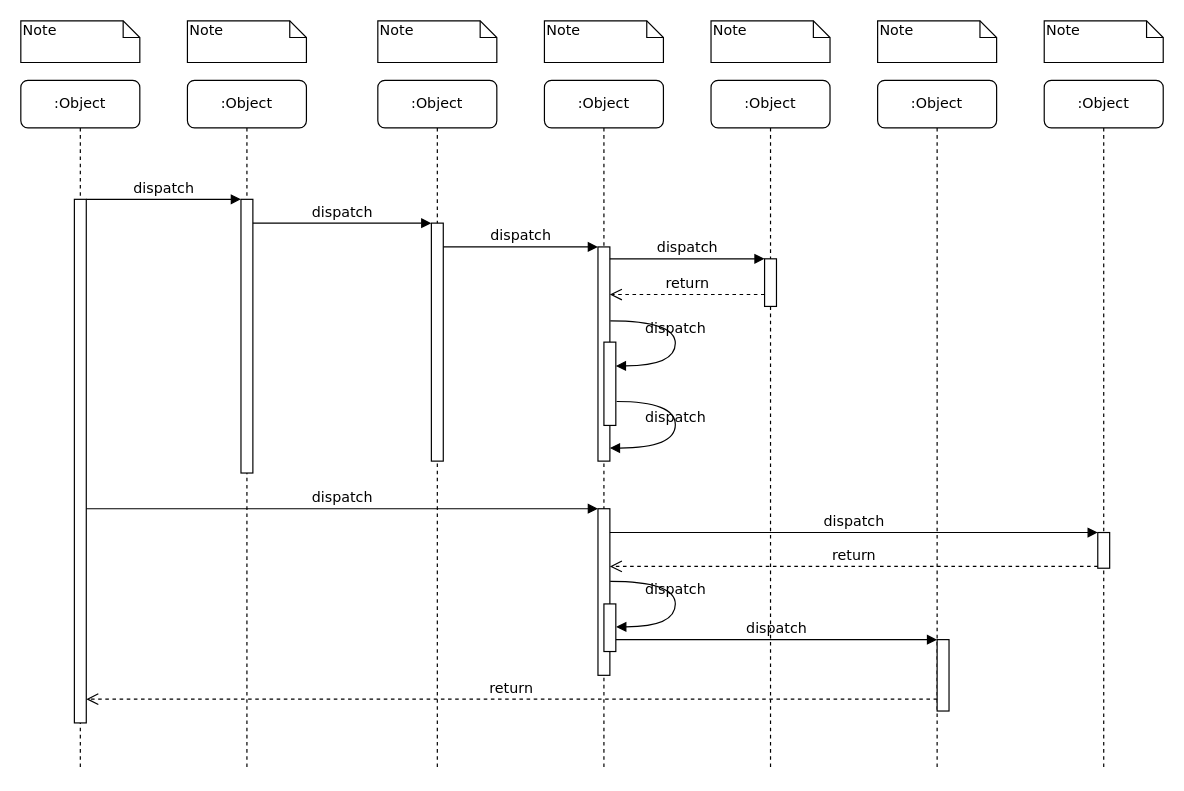
Earlier version of the draw.io diagram IOTManage/sequense-example.drawio (waterwatermelon/graph). Source tidied: cells renumbered, new cells numbered last; positions are measured from the earlier drawing's top-left corner, leaving out a move shared by most shapes. Both pictures are drawn from the tidied source at 119%, with x=0, y=0 at pixel (20, 20).
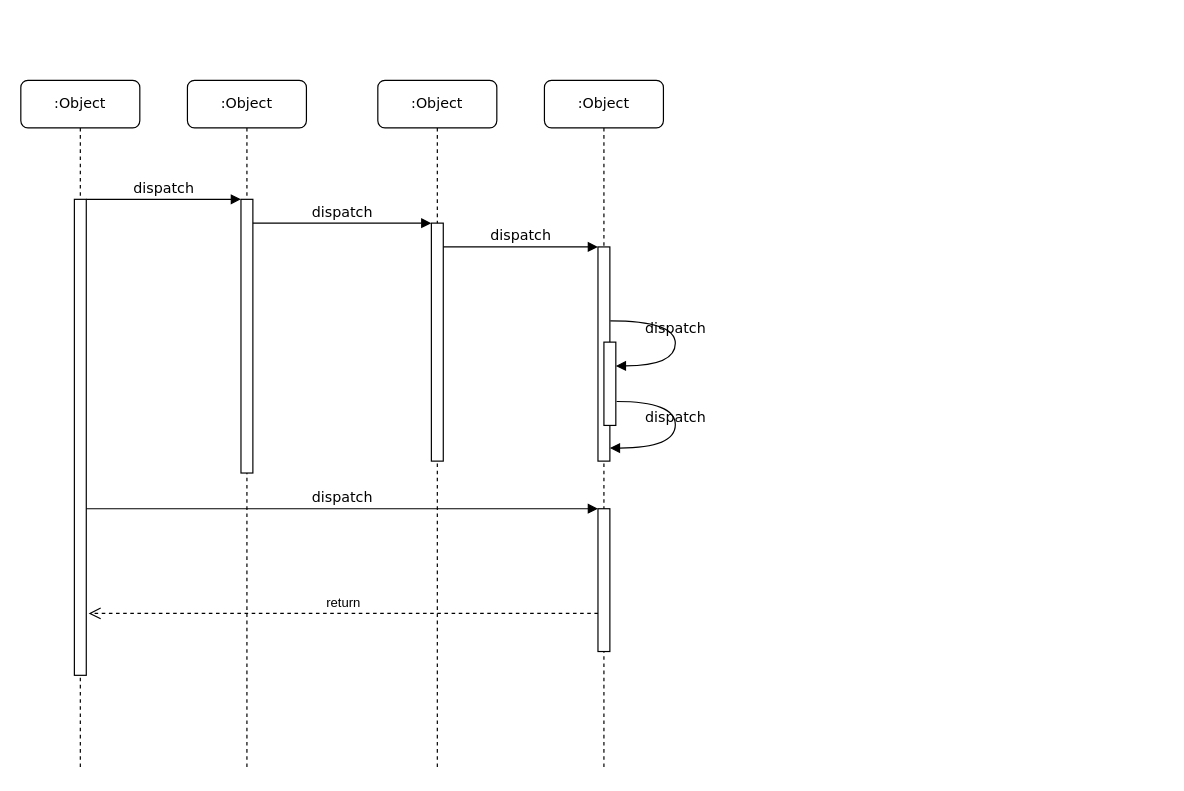
Above is the later version.

Unchanged cells that the change refers to:
```xml
<mxCell id="10" value=":Object" style="shape=umlLifeline;perimeter=lifelinePerimeter;whiteSpace=wrap;html=1;rounded=1;shadow=0;comic=0;labelBackgroundColor=none;strokeColor=#000000;strokeWidth=1;fillColor=#FFFFFF;fontFamily=Verdana;fontSize=12;fontColor=#000000;align=center;" parent="1" vertex="1">
  <mxGeometry y="50" width="100" height="580" as="geometry" />
</mxCell>
<mxCell id="12" style="html=1;points=[];perimeter=orthogonalPerimeter;rounded=0;shadow=0;comic=0;labelBackgroundColor=none;strokeColor=#000000;strokeWidth=1;fillColor=#FFFFFF;fontFamily=Verdana;fontSize=12;fontColor=#000000;align=center;" parent="1" vertex="1">
  <mxGeometry x="485" y="190" width="10" height="180" as="geometry" />
</mxCell>
```

What changed in the source:
```diff
@@
-    <mxCell id="7" value=":Object" style="shape=umlLifeline;perimeter=lifelinePerimeter;whiteSpace=wrap;html=1;rounded=1;shadow=0;comic=0;labelBackgroundColor=none;strokeColor=#000000;strokeWidth=1;fillColor=#FFFFFF;fontFamily=Verdana;fontSize=12;fontColor=#000000;align=center;" parent="1" vertex="1">
-      <mxGeometry x="580" y="50" width="100" height="580" as="geometry" />
-    </mxCell>
-    <mxCell id="8" value=":Object" style="shape=umlLifeline;perimeter=lifelinePerimeter;whiteSpace=wrap;html=1;rounded=1;shadow=0;comic=0;labelBackgroundColor=none;strokeColor=#000000;strokeWidth=1;fillColor=#FFFFFF;fontFamily=Verdana;fontSize=12;fontColor=#000000;align=center;" parent="1" vertex="1">
-      <mxGeometry x="720" y="50" width="100" height="580" as="geometry" />
-    </mxCell>
-    <mxCell id="9" value=":Object" style="shape=umlLifeline;perimeter=lifelinePerimeter;whiteSpace=wrap;html=1;rounded=1;shadow=0;comic=0;labelBackgroundColor=none;strokeColor=#000000;strokeWidth=1;fillColor=#FFFFFF;fontFamily=Verdana;fontSize=12;fontColor=#000000;align=center;" parent="1" vertex="1">
-      <mxGeometry x="860" y="50" width="100" height="580" as="geometry" />
-    </mxCell>
@@
     <mxCell id="11" style="html=1;points=[];perimeter=orthogonalPerimeter;rounded=0;shadow=0;comic=0;labelBackgroundColor=none;strokeColor=#000000;strokeWidth=1;fillColor=#FFFFFF;fontFamily=Verdana;fontSize=12;fontColor=#000000;align=center;" parent="10" vertex="1">
-      <mxGeometry x="45" y="100" width="10" height="440" as="geometry" />
+      <mxGeometry x="45" y="100" width="10" height="400" as="geometry" />
     </mxCell>
@@
-    <mxCell id="14" style="html=1;points=[];perimeter=orthogonalPerimeter;rounded=0;shadow=0;comic=0;labelBackgroundColor=none;strokeColor=#000000;strokeWidth=1;fillColor=#FFFFFF;fontFamily=Verdana;fontSize=12;fontColor=#000000;align=center;" parent="1" vertex="1">
-      <mxGeometry x="625" y="200" width="10" height="40" as="geometry" />
-    </mxCell>
-    <mxCell id="15" value="dispatch" style="html=1;verticalAlign=bottom;endArrow=block;entryX=0;entryY=0;labelBackgroundColor=none;fontFamily=Verdana;fontSize=12;edgeStyle=elbowEdgeStyle;elbow=vertical;" parent="1" edge="1" source="12" target="14">
-      <mxGeometry relative="1" as="geometry" />
-    </mxCell>
-    <mxCell id="16" value="return" style="html=1;verticalAlign=bottom;endArrow=open;dashed=1;endSize=8;labelBackgroundColor=none;fontFamily=Verdana;fontSize=12;edgeStyle=elbowEdgeStyle;elbow=vertical;" parent="1" edge="1" source="14" target="12">
-      <mxGeometry relative="1" as="geometry">
-        <Array as="points">
-          <mxPoint x="570" y="230" />
-          <mxPoint x="600" y="230" />
-        </Array>
-      </mxGeometry>
-    </mxCell>
     <mxCell id="17" style="html=1;points=[];perimeter=orthogonalPerimeter;rounded=0;shadow=0;comic=0;labelBackgroundColor=none;strokeColor=#000000;strokeWidth=1;fillColor=#FFFFFF;fontFamily=Verdana;fontSize=12;fontColor=#000000;align=center;" parent="1" vertex="1">
-      <mxGeometry x="485" y="410" width="10" height="140" as="geometry" />
+      <mxGeometry x="485" y="410" width="10" height="120" as="geometry" />
     </mxCell>
@@
-    <mxCell id="19" style="html=1;points=[];perimeter=orthogonalPerimeter;rounded=0;shadow=0;comic=0;labelBackgroundColor=none;strokeColor=#000000;strokeWidth=1;fillColor=#FFFFFF;fontFamily=Verdana;fontSize=12;fontColor=#000000;align=center;" parent="1" vertex="1">
-      <mxGeometry x="905" y="430" width="10" height="30" as="geometry" />
-    </mxCell>
-    <mxCell id="20" value="dispatch" style="html=1;verticalAlign=bottom;endArrow=block;entryX=0;entryY=0;labelBackgroundColor=none;fontFamily=Verdana;fontSize=12;" parent="1" edge="1" source="17" target="19">
-      <mxGeometry relative="1" as="geometry" />
-    </mxCell>
-    <mxCell id="21" value="return" style="html=1;verticalAlign=bottom;endArrow=open;dashed=1;endSize=8;exitX=0;exitY=0.95;labelBackgroundColor=none;fontFamily=Verdana;fontSize=12;" parent="1" edge="1" source="19" target="17">
-      <mxGeometry relative="1" as="geometry" />
-    </mxCell>
-    <mxCell id="22" style="html=1;points=[];perimeter=orthogonalPerimeter;rounded=0;shadow=0;comic=0;labelBackgroundColor=none;strokeColor=#000000;strokeWidth=1;fillColor=#FFFFFF;fontFamily=Verdana;fontSize=12;fontColor=#000000;align=center;" parent="1" vertex="1">
-      <mxGeometry x="770" y="520" width="10" height="60" as="geometry" />
-    </mxCell>
-    <mxCell id="23" value="dispatch" style="html=1;verticalAlign=bottom;endArrow=block;entryX=0;entryY=0;labelBackgroundColor=none;fontFamily=Verdana;fontSize=12;edgeStyle=elbowEdgeStyle;elbow=vertical;" parent="1" edge="1" source="30" target="22">
-      <mxGeometry relative="1" as="geometry" />
-    </mxCell>
-    <mxCell id="24" value="return" style="html=1;verticalAlign=bottom;endArrow=open;dashed=1;endSize=8;labelBackgroundColor=none;fontFamily=Verdana;fontSize=12;edgeStyle=elbowEdgeStyle;elbow=vertical;" parent="1" edge="1" source="22" target="11">
-      <mxGeometry relative="1" as="geometry">
-        <Array as="points">
-          <mxPoint x="470" y="570" />
-        </Array>
-      </mxGeometry>
-    </mxCell>
@@
-    <mxCell id="30" style="html=1;points=[];perimeter=orthogonalPerimeter;rounded=0;shadow=0;comic=0;labelBackgroundColor=none;strokeColor=#000000;strokeWidth=1;fillColor=#FFFFFF;fontFamily=Verdana;fontSize=12;fontColor=#000000;align=center;" parent="1" vertex="1">
-      <mxGeometry x="490" y="490" width="10" height="40" as="geometry" />
-    </mxCell>
-    <mxCell id="31" value="dispatch" style="html=1;verticalAlign=bottom;endArrow=block;labelBackgroundColor=none;fontFamily=Verdana;fontSize=12;elbow=vertical;edgeStyle=orthogonalEdgeStyle;curved=1;entryX=1;entryY=0.286;entryPerimeter=0;exitX=1.038;exitY=0.345;exitPerimeter=0;" parent="1" edge="1">
-      <mxGeometry relative="1" as="geometry">
-        <mxPoint x="495.3" y="471" as="sourcePoint" />
-        <mxPoint x="500.3" y="509.3" as="targetPoint" />
-        <Array as="points">
-          <mxPoint x="550" y="471" />
-          <mxPoint x="550" y="509" />
-        </Array>
-      </mxGeometry>
-    </mxCell>
-    <mxCell id="32" value="Note" style="shape=note;whiteSpace=wrap;html=1;size=14;verticalAlign=top;align=left;spacingTop=-6;rounded=0;shadow=0;comic=0;labelBackgroundColor=none;strokeColor=#000000;strokeWidth=1;fillColor=#FFFFFF;fontFamily=Verdana;fontSize=12;fontColor=#000000;" parent="1" vertex="1">
-      <mxGeometry width="100" height="35" as="geometry" />
-    </mxCell>
-    <mxCell id="33" value="Note" style="shape=note;whiteSpace=wrap;html=1;size=14;verticalAlign=top;align=left;spacingTop=-6;rounded=0;shadow=0;comic=0;labelBackgroundColor=none;strokeColor=#000000;strokeWidth=1;fillColor=#FFFFFF;fontFamily=Verdana;fontSize=12;fontColor=#000000;" parent="1" vertex="1">
-      <mxGeometry x="140" width="100" height="35" as="geometry" />
-    </mxCell>
-    <mxCell id="34" value="Note" style="shape=note;whiteSpace=wrap;html=1;size=14;verticalAlign=top;align=left;spacingTop=-6;rounded=0;shadow=0;comic=0;labelBackgroundColor=none;strokeColor=#000000;strokeWidth=1;fillColor=#FFFFFF;fontFamily=Verdana;fontSize=12;fontColor=#000000;" parent="1" vertex="1">
-      <mxGeometry x="300" width="100" height="35" as="geometry" />
-    </mxCell>
-    <mxCell id="35" value="Note" style="shape=note;whiteSpace=wrap;html=1;size=14;verticalAlign=top;align=left;spacingTop=-6;rounded=0;shadow=0;comic=0;labelBackgroundColor=none;strokeColor=#000000;strokeWidth=1;fillColor=#FFFFFF;fontFamily=Verdana;fontSize=12;fontColor=#000000;" parent="1" vertex="1">
-      <mxGeometry x="440" width="100" height="35" as="geometry" />
-    </mxCell>
-    <mxCell id="36" value="Note" style="shape=note;whiteSpace=wrap;html=1;size=14;verticalAlign=top;align=left;spacingTop=-6;rounded=0;shadow=0;comic=0;labelBackgroundColor=none;strokeColor=#000000;strokeWidth=1;fillColor=#FFFFFF;fontFamily=Verdana;fontSize=12;fontColor=#000000;" parent="1" vertex="1">
-      <mxGeometry x="580" width="100" height="35" as="geometry" />
-    </mxCell>
-    <mxCell id="37" value="Note" style="shape=note;whiteSpace=wrap;html=1;size=14;verticalAlign=top;align=left;spacingTop=-6;rounded=0;shadow=0;comic=0;labelBackgroundColor=none;strokeColor=#000000;strokeWidth=1;fillColor=#FFFFFF;fontFamily=Verdana;fontSize=12;fontColor=#000000;" parent="1" vertex="1">
-      <mxGeometry x="720" width="100" height="35" as="geometry" />
-    </mxCell>
-    <mxCell id="38" value="Note" style="shape=note;whiteSpace=wrap;html=1;size=14;verticalAlign=top;align=left;spacingTop=-6;rounded=0;shadow=0;comic=0;labelBackgroundColor=none;strokeColor=#000000;strokeWidth=1;fillColor=#FFFFFF;fontFamily=Verdana;fontSize=12;fontColor=#000000;" parent="1" vertex="1">
-      <mxGeometry x="860" width="100" height="35" as="geometry" />
-    </mxCell>
+    <mxCell id="39" value="return" style="html=1;verticalAlign=bottom;endArrow=open;dashed=1;endSize=8;" parent="1" edge="1">
+      <mxGeometry relative="1" as="geometry">
+        <mxPoint x="485" y="498" as="sourcePoint" />
+        <mxPoint x="57" y="498" as="targetPoint" />
+      </mxGeometry>
+    </mxCell>
```
